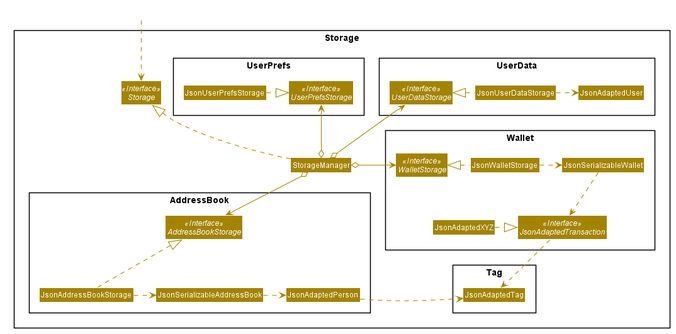
syinyichen/main keeps this PlantUML diagram as docs/images/StorageClassDiagram.png. Above is the earlier version.
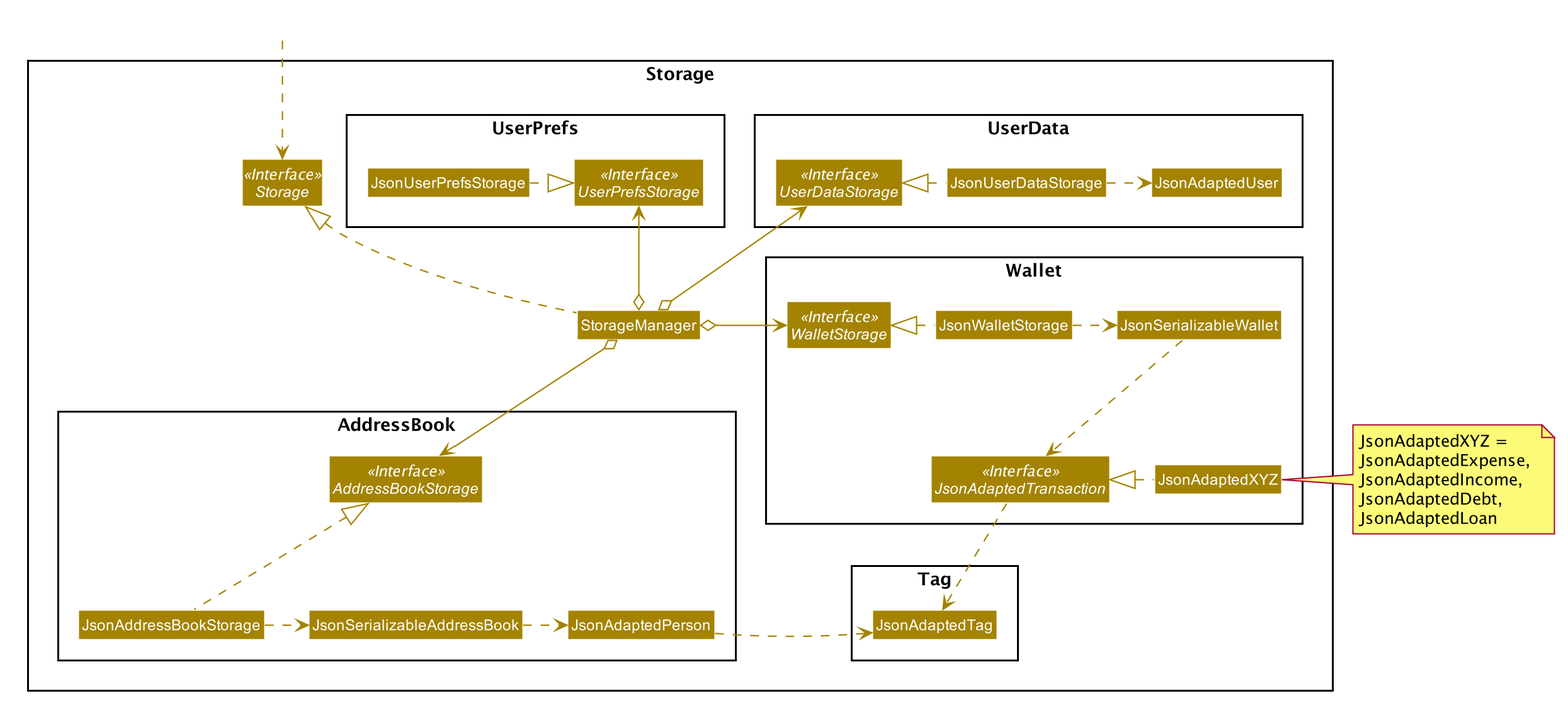
The same diagram one commit later.

What changed in the source:
```diff
@@ -108,8 +108,9 @@
 JsonWalletStorage .left.|> WalletStorage
 JsonWalletStorage .right.> JsonSerializableWallet
 JsonSerializableWallet .down.> JsonAdaptedTransaction
+JsonAdaptedXYZ .left.|> JsonAdaptedTransaction
 JsonAdaptedTransaction .down.> JsonAdaptedTag
-JsonAdaptedXYZ .right.|> JsonAdaptedTransaction
+note left of JsonAdaptedXYZ: JsonAdaptedXYZ = \nJsonAdaptedExpense, \nJsonAdaptedIncome, \nJsonAdaptedDebt, \nJsonAdaptedLoan
 
 JsonUserDataStorage .left.|> UserDataStorage
 JsonUserDataStorage .right.> JsonAdaptedUser
```
